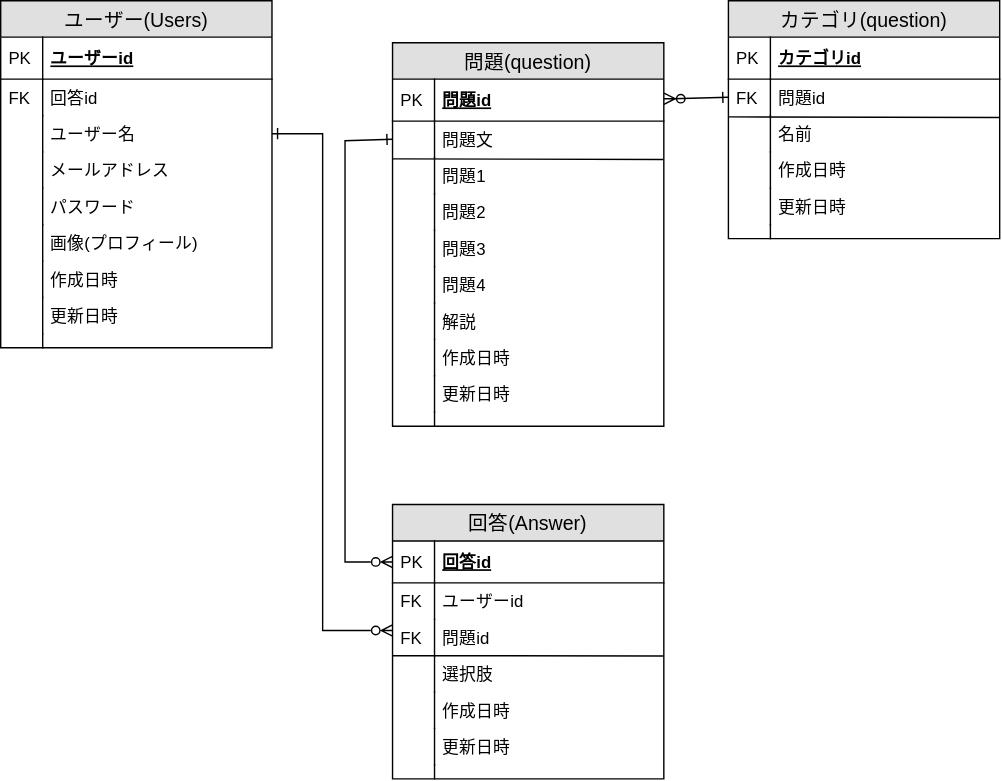
The draw.io diagram docs/learningアプリ_ER図.drawio.svg in charahana/learning_app, before a commit. Source tidied: cells renumbered, new cells last; positions are measured from the earlier drawing's top-left corner, leaving out a move shared by most shapes.
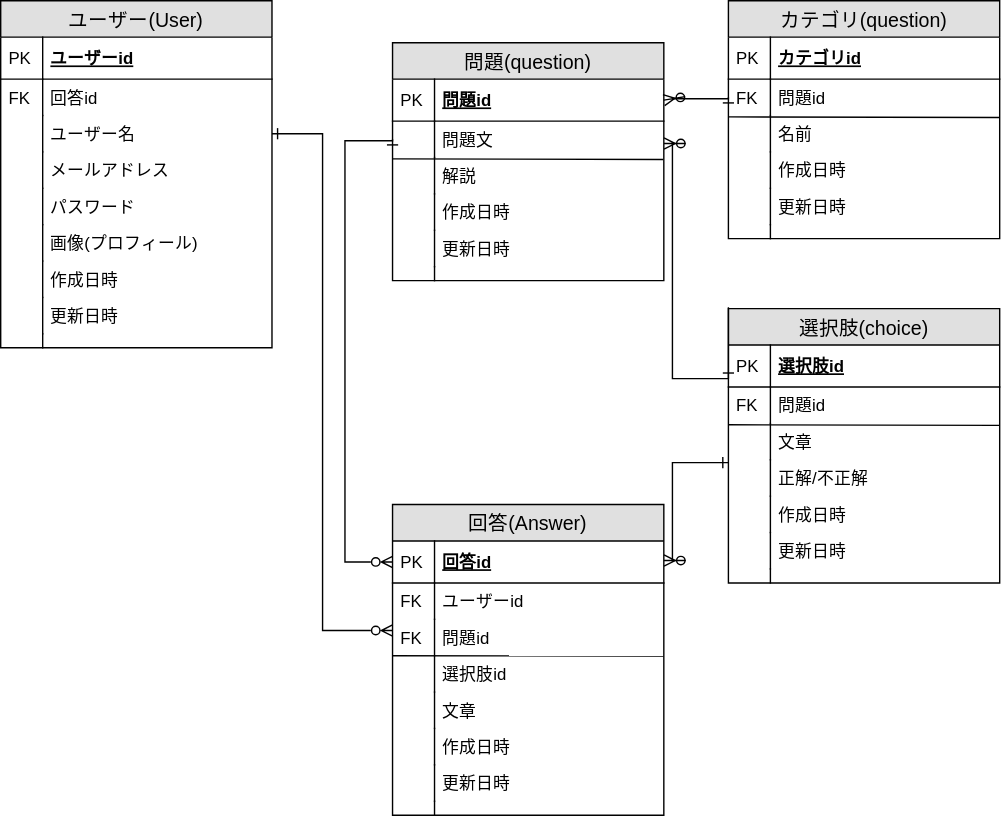
After the commit.

Commit message:
refactor: docsディレクトリ内のER図を差し替え

Change to the diagram source:
```diff
@@ -2,7 +2,7 @@
   <root>
     <mxCell id="0" />
     <mxCell id="1" parent="0" />
-    <mxCell id="2" value="ユーザー(Users)" style="swimlane;fontStyle=0;horizontal=1;startSize=26;fillColor=#e0e0e0;swimlaneFillColor=#ffffff;align=center;fontSize=14;" parent="1" vertex="1">
+    <mxCell id="2" value="ユーザー(User)" style="swimlane;fontStyle=0;horizontal=1;startSize=26;fillColor=#e0e0e0;swimlaneFillColor=#ffffff;align=center;fontSize=14;" parent="1" vertex="1">
       <mxGeometry width="193.8" height="248" as="geometry" />
     </mxCell>
     <mxCell id="3" value="ユーザーid" style="shape=partialRectangle;top=0;left=0;right=0;bottom=1;align=left;verticalAlign=middle;fillColor=none;spacingLeft=34;spacingRight=4;overflow=hidden;fontStyle=5;fontSize=12;" parent="2" vertex="1">
@@ -60,7 +60,7 @@
       <mxGeometry width="30" height="10" as="geometry" />
     </mxCell>
     <mxCell id="21" value="問題(question)" style="swimlane;fontStyle=0;horizontal=1;startSize=26;fillColor=#e0e0e0;swimlaneFillColor=#ffffff;align=center;fontSize=14;" parent="1" vertex="1">
-      <mxGeometry x="280" y="30" width="193.8" height="274" as="geometry" />
+      <mxGeometry x="280" y="30" width="193.8" height="170" as="geometry" />
     </mxCell>
     <mxCell id="22" value="問題id" style="shape=partialRectangle;top=0;left=0;right=0;bottom=1;align=left;verticalAlign=middle;fillColor=none;spacingLeft=34;spacingRight=4;overflow=hidden;points=[[0,0.5],[1,0.5]];portConstraint=eastwest;fontStyle=5;fontSize=12;" parent="21" vertex="1">
       <mxGeometry y="26" width="193.8" height="30" as="geometry" />
@@ -80,56 +80,32 @@
     <mxCell id="26" style="shape=partialRectangle;top=0;left=0;bottom=0;fillColor=none;align=left;verticalAlign=top;spacingLeft=4;spacingRight=4;overflow=hidden;fontSize=12;" parent="25" vertex="1">
       <mxGeometry width="30" height="26" as="geometry" />
     </mxCell>
-    <mxCell id="27" value="問題1" style="shape=partialRectangle;top=0;left=0;right=0;bottom=0;align=left;verticalAlign=top;fillColor=none;spacingLeft=34;spacingRight=4;overflow=hidden;fontSize=12;" parent="21" vertex="1">
-      <mxGeometry y="82" width="193.8" height="26" as="geometry" />
-    </mxCell>
-    <mxCell id="28" style="shape=partialRectangle;top=0;left=0;bottom=0;fillColor=none;align=left;verticalAlign=top;spacingLeft=4;spacingRight=4;overflow=hidden;fontSize=12;" parent="27" vertex="1">
-      <mxGeometry width="30" height="26" as="geometry" />
-    </mxCell>
-    <mxCell id="29" value="問題2" style="shape=partialRectangle;top=0;left=0;right=0;bottom=0;align=left;verticalAlign=top;fillColor=none;spacingLeft=34;spacingRight=4;overflow=hidden;fontSize=12;" parent="21" vertex="1">
-      <mxGeometry y="108" width="193.8" height="26" as="geometry" />
-    </mxCell>
-    <mxCell id="30" style="shape=partialRectangle;top=0;left=0;bottom=0;fillColor=none;align=left;verticalAlign=top;spacingLeft=4;spacingRight=4;overflow=hidden;fontSize=12;" parent="29" vertex="1">
-      <mxGeometry width="30" height="26" as="geometry" />
-    </mxCell>
-    <mxCell id="31" value="問題3" style="shape=partialRectangle;top=0;left=0;right=0;bottom=0;align=left;verticalAlign=top;fillColor=none;spacingLeft=34;spacingRight=4;overflow=hidden;fontSize=12;" parent="21" vertex="1">
-      <mxGeometry y="134" width="193.8" height="26" as="geometry" />
-    </mxCell>
-    <mxCell id="32" style="shape=partialRectangle;top=0;left=0;bottom=0;fillColor=none;align=left;verticalAlign=top;spacingLeft=4;spacingRight=4;overflow=hidden;fontSize=12;" parent="31" vertex="1">
-      <mxGeometry width="30" height="26" as="geometry" />
-    </mxCell>
-    <mxCell id="33" value="問題4" style="shape=partialRectangle;top=0;left=0;right=0;bottom=0;align=left;verticalAlign=top;fillColor=none;spacingLeft=34;spacingRight=4;overflow=hidden;fontSize=12;" parent="21" vertex="1">
-      <mxGeometry y="160" width="193.8" height="26" as="geometry" />
-    </mxCell>
-    <mxCell id="34" style="shape=partialRectangle;top=0;left=0;bottom=0;fillColor=none;align=left;verticalAlign=top;spacingLeft=4;spacingRight=4;overflow=hidden;fontSize=12;" parent="33" vertex="1">
-      <mxGeometry width="30" height="26" as="geometry" />
-    </mxCell>
     <mxCell id="35" value="解説" style="shape=partialRectangle;top=0;left=0;right=0;bottom=0;align=left;verticalAlign=top;fillColor=none;spacingLeft=34;spacingRight=4;overflow=hidden;fontSize=12;" parent="21" vertex="1">
-      <mxGeometry y="186" width="193.8" height="26" as="geometry" />
+      <mxGeometry y="82" width="193.8" height="26" as="geometry" />
     </mxCell>
     <mxCell id="36" style="shape=partialRectangle;top=0;left=0;bottom=0;fillColor=none;align=left;verticalAlign=top;spacingLeft=4;spacingRight=4;overflow=hidden;fontSize=12;" parent="35" vertex="1">
       <mxGeometry width="30" height="26" as="geometry" />
     </mxCell>
     <mxCell id="37" value="作成日時" style="shape=partialRectangle;top=0;left=0;right=0;bottom=0;align=left;verticalAlign=top;fillColor=none;spacingLeft=34;spacingRight=4;overflow=hidden;fontSize=12;" parent="21" vertex="1">
-      <mxGeometry y="212" width="193.8" height="26" as="geometry" />
+      <mxGeometry y="108" width="193.8" height="26" as="geometry" />
     </mxCell>
     <mxCell id="38" style="shape=partialRectangle;top=0;left=0;bottom=0;fillColor=none;align=left;verticalAlign=top;spacingLeft=4;spacingRight=4;overflow=hidden;fontSize=12;" parent="37" vertex="1">
       <mxGeometry width="30" height="26" as="geometry" />
     </mxCell>
     <mxCell id="39" value="更新日時" style="shape=partialRectangle;top=0;left=0;right=0;bottom=0;align=left;verticalAlign=top;fillColor=none;spacingLeft=34;spacingRight=4;overflow=hidden;fontSize=12;" parent="21" vertex="1">
-      <mxGeometry y="238" width="193.8" height="26" as="geometry" />
+      <mxGeometry y="134" width="193.8" height="26" as="geometry" />
     </mxCell>
     <mxCell id="40" style="shape=partialRectangle;top=0;left=0;bottom=0;fillColor=none;align=left;verticalAlign=top;spacingLeft=4;spacingRight=4;overflow=hidden;fontSize=12;" parent="39" vertex="1">
       <mxGeometry width="30" height="26" as="geometry" />
     </mxCell>
     <mxCell id="41" style="shape=partialRectangle;top=0;left=0;right=0;bottom=0;align=left;verticalAlign=top;fillColor=none;spacingLeft=34;spacingRight=4;overflow=hidden;fontSize=12;" parent="21" vertex="1">
-      <mxGeometry y="264" width="193.8" height="10" as="geometry" />
+      <mxGeometry y="160" width="193.8" height="10" as="geometry" />
     </mxCell>
     <mxCell id="42" style="shape=partialRectangle;top=0;left=0;bottom=0;fillColor=none;align=left;verticalAlign=top;spacingLeft=4;spacingRight=4;overflow=hidden;fontSize=12;" parent="41" vertex="1">
       <mxGeometry width="30" height="10" as="geometry" />
     </mxCell>
     <mxCell id="43" value="回答(Answer)" style="swimlane;fontStyle=0;horizontal=1;startSize=26;fillColor=#e0e0e0;swimlaneFillColor=#ffffff;align=center;fontSize=14;" parent="1" vertex="1">
-      <mxGeometry x="280" y="360" width="193.8" height="196" as="geometry" />
+      <mxGeometry x="280" y="360" width="193.8" height="222" as="geometry" />
     </mxCell>
     <mxCell id="44" value="回答id" style="shape=partialRectangle;top=0;left=0;right=0;bottom=1;align=left;verticalAlign=middle;fillColor=none;spacingLeft=34;spacingRight=4;overflow=hidden;points=[[0,0.5],[1,0.5]];portConstraint=eastwest;fontStyle=5;fontSize=12;" parent="43" vertex="1">
       <mxGeometry y="26" width="193.8" height="30" as="geometry" />
@@ -154,26 +130,32 @@
         <mxPoint y="108" as="sourcePoint" />
       </mxGeometry>
     </mxCell>
-    <mxCell id="51" value="選択肢" style="shape=partialRectangle;top=0;left=0;right=0;bottom=0;align=left;verticalAlign=top;fillColor=none;spacingLeft=34;spacingRight=4;overflow=hidden;points=[[0,0.5],[1,0.5]];portConstraint=eastwest;fontSize=12;" parent="43" vertex="1">
+    <mxCell id="51" value="選択肢id" style="shape=partialRectangle;top=0;left=0;right=0;bottom=0;align=left;verticalAlign=top;fillColor=none;spacingLeft=34;spacingRight=4;overflow=hidden;points=[[0,0.5],[1,0.5]];portConstraint=eastwest;fontSize=12;" parent="43" vertex="1">
       <mxGeometry y="108" width="193.8" height="26" as="geometry" />
     </mxCell>
     <mxCell id="52" style="shape=partialRectangle;top=0;left=0;bottom=0;fillColor=none;align=left;verticalAlign=top;spacingLeft=4;spacingRight=4;overflow=hidden;fontSize=12;" parent="51" vertex="1">
       <mxGeometry width="30" height="26" as="geometry" />
     </mxCell>
+    <mxCell id="76" value="文章" style="shape=partialRectangle;top=0;left=0;right=0;bottom=0;align=left;verticalAlign=top;fillColor=none;spacingLeft=34;spacingRight=4;overflow=hidden;fontSize=12;" parent="43" vertex="1">
+      <mxGeometry y="134" width="193.8" height="26" as="geometry" />
+    </mxCell>
+    <mxCell id="77" style="shape=partialRectangle;top=0;left=0;bottom=0;fillColor=none;align=left;verticalAlign=top;spacingLeft=4;spacingRight=4;overflow=hidden;fontSize=12;" parent="76" vertex="1">
+      <mxGeometry width="30" height="26" as="geometry" />
+    </mxCell>
     <mxCell id="53" value="作成日時" style="shape=partialRectangle;top=0;left=0;right=0;bottom=0;align=left;verticalAlign=top;fillColor=none;spacingLeft=34;spacingRight=4;overflow=hidden;fontSize=12;" parent="43" vertex="1">
-      <mxGeometry y="134" width="193.8" height="26" as="geometry" />
+      <mxGeometry y="160" width="193.8" height="26" as="geometry" />
     </mxCell>
     <mxCell id="54" style="shape=partialRectangle;top=0;left=0;bottom=0;fillColor=none;align=left;verticalAlign=top;spacingLeft=4;spacingRight=4;overflow=hidden;fontSize=12;" parent="53" vertex="1">
       <mxGeometry width="30" height="26" as="geometry" />
     </mxCell>
     <mxCell id="55" value="更新日時" style="shape=partialRectangle;top=0;left=0;right=0;bottom=0;align=left;verticalAlign=top;fillColor=none;spacingLeft=34;spacingRight=4;overflow=hidden;fontSize=12;" parent="43" vertex="1">
-      <mxGeometry y="160" width="193.8" height="26" as="geometry" />
+      <mxGeometry y="186" width="193.8" height="26" as="geometry" />
     </mxCell>
     <mxCell id="56" style="shape=partialRectangle;top=0;left=0;bottom=0;fillColor=none;align=left;verticalAlign=top;spacingLeft=4;spacingRight=4;overflow=hidden;fontSize=12;" parent="55" vertex="1">
       <mxGeometry width="30" height="26" as="geometry" />
     </mxCell>
     <mxCell id="57" style="shape=partialRectangle;top=0;left=0;right=0;bottom=0;align=left;verticalAlign=top;fillColor=none;spacingLeft=34;spacingRight=4;overflow=hidden;fontSize=12;" parent="43" vertex="1">
-      <mxGeometry y="186" width="193.8" height="10" as="geometry" />
+      <mxGeometry y="212" width="193.8" height="10" as="geometry" />
     </mxCell>
     <mxCell id="58" style="shape=partialRectangle;top=0;left=0;bottom=0;fillColor=none;align=left;verticalAlign=top;spacingLeft=4;spacingRight=4;overflow=hidden;fontSize=12;" parent="57" vertex="1">
       <mxGeometry width="30" height="10" as="geometry" />
@@ -190,6 +172,7 @@
     <mxCell id="60" style="edgeStyle=orthogonalEdgeStyle;rounded=0;jettySize=auto;html=1;startArrow=ERone;startFill=0;endArrow=ERzeroToMany;endFill=0;exitX=0;exitY=0.5;exitDx=0;exitDy=0;entryX=0;entryY=0.5;entryDx=0;entryDy=0;" parent="1" edge="1" source="25" target="44">
       <mxGeometry relative="1" as="geometry">
         <Array as="points">
+          <mxPoint x="280" y="100" />
           <mxPoint x="246" y="100" />
           <mxPoint x="246" y="401" />
         </Array>
@@ -248,5 +231,79 @@
         </Array>
       </mxGeometry>
     </mxCell>
+    <mxCell id="78" value="選択肢(choice)" style="swimlane;fontStyle=0;horizontal=1;startSize=26;fillColor=#e0e0e0;swimlaneFillColor=#ffffff;align=center;fontSize=14;" parent="1" vertex="1">
+      <mxGeometry x="520" y="220" width="193.8" height="196" as="geometry" />
+    </mxCell>
+    <mxCell id="79" value="選択肢id" style="shape=partialRectangle;top=0;left=0;right=0;bottom=1;align=left;verticalAlign=middle;fillColor=none;spacingLeft=34;spacingRight=4;overflow=hidden;fontStyle=5;fontSize=12;" parent="78" vertex="1">
+      <mxGeometry y="26" width="193.8" height="30" as="geometry" />
+    </mxCell>
+    <mxCell id="80" value="PK" style="shape=partialRectangle;top=0;left=0;bottom=0;fillColor=none;align=left;verticalAlign=middle;spacingLeft=4;spacingRight=4;overflow=hidden;fontSize=12;" parent="79" vertex="1">
+      <mxGeometry width="30" height="30" as="geometry" />
+    </mxCell>
+    <mxCell id="81" style="endArrow=none;html=1;rounded=0;entryX=0.998;entryY=1.055;entryDx=0;entryDy=0;entryPerimeter=0;" parent="78" edge="1">
+      <mxGeometry relative="1" as="geometry">
+        <mxPoint y="83" as="sourcePoint" />
+        <mxPoint x="193.5" y="83.4" as="targetPoint" />
+      </mxGeometry>
+    </mxCell>
+    <mxCell id="82" value="問題id" style="shape=partialRectangle;top=0;left=0;right=0;bottom=0;align=left;verticalAlign=top;fillColor=none;spacingLeft=34;spacingRight=4;overflow=hidden;fontSize=12;" parent="78" vertex="1">
+      <mxGeometry y="56" width="193.8" height="26" as="geometry" />
+    </mxCell>
+    <mxCell id="83" value="FK" style="shape=partialRectangle;top=0;left=0;bottom=0;fillColor=none;align=left;verticalAlign=top;spacingLeft=4;spacingRight=4;overflow=hidden;fontSize=12;" parent="82" vertex="1">
+      <mxGeometry width="30" height="26" as="geometry" />
+    </mxCell>
+    <mxCell id="84" value="文章" style="shape=partialRectangle;top=0;left=0;right=0;bottom=0;align=left;verticalAlign=top;fillColor=none;spacingLeft=34;spacingRight=4;overflow=hidden;fontSize=12;" parent="78" vertex="1">
+      <mxGeometry y="82" width="193.8" height="26" as="geometry" />
+    </mxCell>
+    <mxCell id="85" style="shape=partialRectangle;top=0;left=0;bottom=0;fillColor=none;align=left;verticalAlign=top;spacingLeft=4;spacingRight=4;overflow=hidden;fontSize=12;" parent="84" vertex="1">
+      <mxGeometry width="30" height="26" as="geometry" />
+    </mxCell>
+    <mxCell id="86" value="正解/不正解" style="shape=partialRectangle;top=0;left=0;right=0;bottom=0;align=left;verticalAlign=top;fillColor=none;spacingLeft=34;spacingRight=4;overflow=hidden;fontSize=12;" parent="78" vertex="1">
+      <mxGeometry y="108" width="193.8" height="26" as="geometry" />
+    </mxCell>
+    <mxCell id="87" style="shape=partialRectangle;top=0;left=0;bottom=0;fillColor=none;align=left;verticalAlign=top;spacingLeft=4;spacingRight=4;overflow=hidden;fontSize=12;" parent="86" vertex="1">
+      <mxGeometry width="30" height="26" as="geometry" />
+    </mxCell>
+    <mxCell id="88" value="作成日時" style="shape=partialRectangle;top=0;left=0;right=0;bottom=0;align=left;verticalAlign=top;fillColor=none;spacingLeft=34;spacingRight=4;overflow=hidden;fontSize=12;" parent="78" vertex="1">
+      <mxGeometry y="134" width="193.8" height="26" as="geometry" />
+    </mxCell>
+    <mxCell id="89" style="shape=partialRectangle;top=0;left=0;bottom=0;fillColor=none;align=left;verticalAlign=top;spacingLeft=4;spacingRight=4;overflow=hidden;fontSize=12;" parent="88" vertex="1">
+      <mxGeometry width="30" height="26" as="geometry" />
+    </mxCell>
+    <mxCell id="90" value="更新日時" style="shape=partialRectangle;top=0;left=0;right=0;bottom=0;align=left;verticalAlign=top;fillColor=none;spacingLeft=34;spacingRight=4;overflow=hidden;fontSize=12;" parent="78" vertex="1">
+      <mxGeometry y="160" width="193.8" height="26" as="geometry" />
+    </mxCell>
+    <mxCell id="91" style="shape=partialRectangle;top=0;left=0;bottom=0;fillColor=none;align=left;verticalAlign=top;spacingLeft=4;spacingRight=4;overflow=hidden;fontSize=12;" parent="90" vertex="1">
+      <mxGeometry width="30" height="26" as="geometry" />
+    </mxCell>
+    <mxCell id="92" style="shape=partialRectangle;top=0;left=0;right=0;bottom=0;align=left;verticalAlign=top;fillColor=none;spacingLeft=34;spacingRight=4;overflow=hidden;fontSize=12;" parent="78" vertex="1">
+      <mxGeometry y="186" width="193.8" height="10" as="geometry" />
+    </mxCell>
+    <mxCell id="93" style="shape=partialRectangle;top=0;left=0;bottom=0;fillColor=none;align=left;verticalAlign=top;spacingLeft=4;spacingRight=4;overflow=hidden;fontSize=12;" parent="92" vertex="1">
+      <mxGeometry width="30" height="10" as="geometry" />
+    </mxCell>
+    <mxCell id="94" style="edgeStyle=orthogonalEdgeStyle;rounded=0;orthogonalLoop=1;jettySize=auto;html=1;startArrow=ERone;startFill=0;endArrow=ERzeroToMany;endFill=0;entryX=1;entryY=0.5;entryDx=0;entryDy=0;jumpSize=0;" parent="1" edge="1">
+      <mxGeometry relative="1" as="geometry">
+        <mxPoint x="520" y="270" as="sourcePoint" />
+        <mxPoint x="474" y="102" as="targetPoint" />
+        <Array as="points">
+          <mxPoint x="520" y="219" />
+          <mxPoint x="520" y="270" />
+          <mxPoint x="480" y="270" />
+          <mxPoint x="480" y="102" />
+        </Array>
+      </mxGeometry>
+    </mxCell>
+    <mxCell id="95" style="edgeStyle=orthogonalEdgeStyle;rounded=0;orthogonalLoop=1;jettySize=auto;html=1;startArrow=ERone;startFill=0;endArrow=ERzeroToMany;endFill=0;entryX=1;entryY=0.5;entryDx=0;entryDy=0;jumpSize=0;" parent="1" edge="1">
+      <mxGeometry relative="1" as="geometry">
+        <mxPoint x="520" y="330" as="sourcePoint" />
+        <mxPoint x="474" y="400" as="targetPoint" />
+        <Array as="points">
+          <mxPoint x="520" y="330" />
+          <mxPoint x="480" y="330" />
+          <mxPoint x="480" y="400" />
+        </Array>
+      </mxGeometry>
+    </mxCell>
   </root>
 </mxGraphModel>
```
